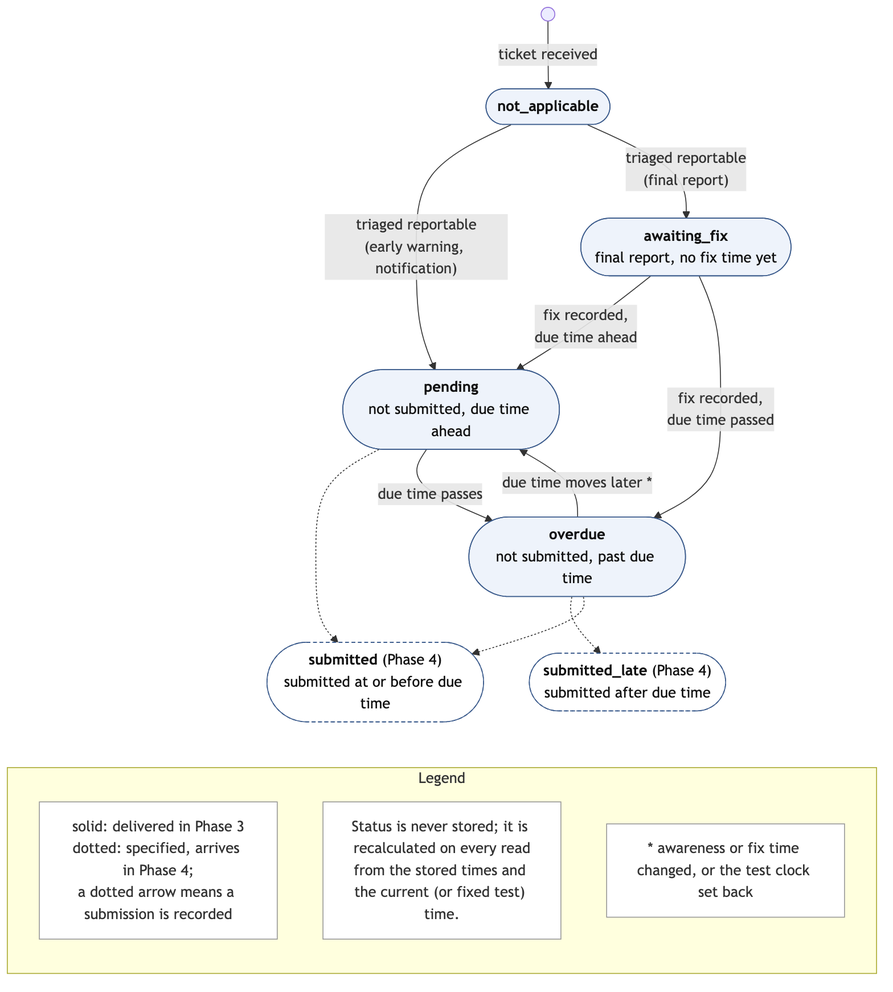
Before: docs/models/model-b-report-status.png, a diagram exported from Mermaid (team17-ece30861/cra-service). Its source is kept beside it as docs/models/model-b-report-status.mmd. Its diagram source:
```mermaid
flowchart TB
  start((" ")) -->|"ticket received"| NA(["<b>not_applicable</b>"])
  NA -->|"triaged reportable<br/>(early warning, notification)"| P(["<b>pending</b><br/>not submitted, due time ahead"])
  NA -->|"triaged reportable<br/>(final report)"| AF(["<b>awaiting_fix</b><br/>final report, no fix time yet"])
  AF -->|"fix recorded,<br/>due time ahead"| P
  AF -->|"fix recorded,<br/>due time passed"| O(["<b>overdue</b><br/>not submitted, past due time"])
  P -.-> S(["<b>submitted</b> (Phase 4)<br/>submitted at or before due time"])
  P -->|"due time passes"| O
  O -->|"due time moves later *"| P
  O -.-> SL(["<b>submitted_late</b> (Phase 4)<br/>submitted after due time"])
  O -.-> S
  subgraph legend["Legend"]
    direction TB
    l1["solid: delivered in Phase 3<br/>dotted: specified, arrives in Phase 4;<br/>a dotted arrow means a submission is recorded"]
    l2["Status is never stored; it is recalculated on every read<br/>from the stored times and the current (or fixed test) time."]
    l3["* awareness or fix time changed, or the test clock set back"]
  end
  S ~~~ legend
  SL ~~~ legend
  classDef state fill:#eef3fb,stroke:#3b5b8c,color:#111
  classDef planned fill:#ffffff,stroke:#3b5b8c,stroke-dasharray:4 3,color:#111
  classDef note fill:#ffffff,stroke:#999,color:#333
  class NA,AF,P,O state
  class S,SL planned
  class l1,l2,l3 note
```
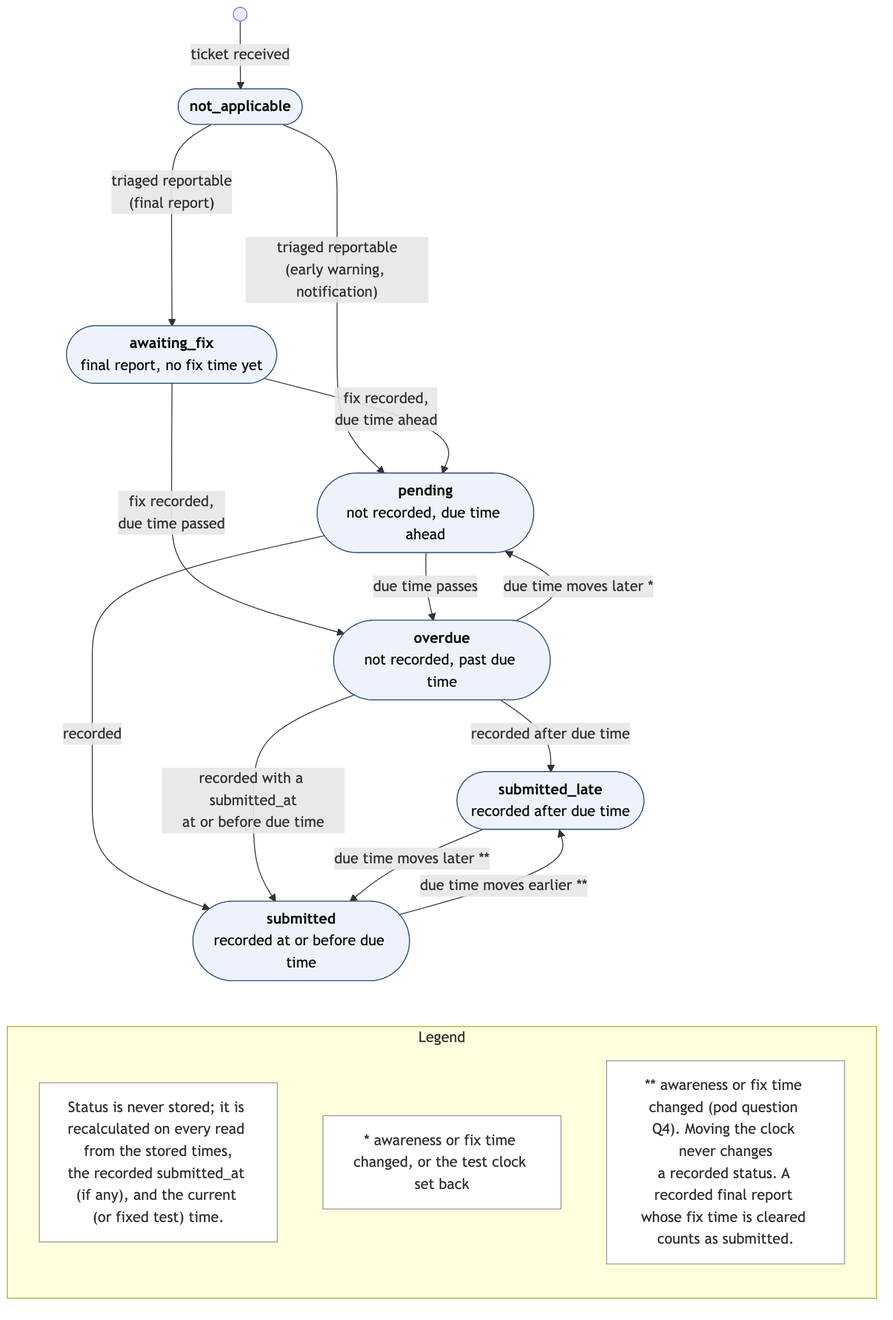
Later version of the same file.

Commit message:
Models as delivered in Phase 4 (A, B, architecture)

Diff of the diagram source:
```diff
@@ -1,25 +1,25 @@
 flowchart TB
   start((" ")) -->|"ticket received"| NA(["<b>not_applicable</b>"])
-  NA -->|"triaged reportable<br/>(early warning, notification)"| P(["<b>pending</b><br/>not submitted, due time ahead"])
   NA -->|"triaged reportable<br/>(final report)"| AF(["<b>awaiting_fix</b><br/>final report, no fix time yet"])
+  NA ---->|"triaged reportable<br/>(early warning, notification)"| P(["<b>pending</b><br/>not recorded, due time ahead"])
   AF -->|"fix recorded,<br/>due time ahead"| P
-  AF -->|"fix recorded,<br/>due time passed"| O(["<b>overdue</b><br/>not submitted, past due time"])
-  P -.-> S(["<b>submitted</b> (Phase 4)<br/>submitted at or before due time"])
+  AF -->|"fix recorded,<br/>due time passed"| O(["<b>overdue</b><br/>not recorded, past due time"])
   P -->|"due time passes"| O
   O -->|"due time moves later *"| P
-  O -.-> SL(["<b>submitted_late</b> (Phase 4)<br/>submitted after due time"])
-  O -.-> S
+  P -->|"recorded"| S(["<b>submitted</b><br/>recorded at or before due time"])
+  O -->|"recorded after due time"| SL(["<b>submitted_late</b><br/>recorded after due time"])
+  O -->|"recorded with a submitted_at<br/>at or before due time"| S
+  S -->|"due time moves earlier **"| SL
+  SL -->|"due time moves later **"| S
   subgraph legend["Legend"]
     direction TB
-    l1["solid: delivered in Phase 3<br/>dotted: specified, arrives in Phase 4;<br/>a dotted arrow means a submission is recorded"]
-    l2["Status is never stored; it is recalculated on every read<br/>from the stored times and the current (or fixed test) time."]
-    l3["* awareness or fix time changed, or the test clock set back"]
+    l1["Status is never stored; it is recalculated on every read from the stored times,<br/>the recorded submitted_at (if any), and the current (or fixed test) time."]
+    l2["* awareness or fix time changed, or the test clock set back"]
+    l3["** awareness or fix time changed (pod question Q4). Moving the clock never changes<br/>a recorded status. A recorded final report whose fix time is cleared counts as submitted."]
   end
   S ~~~ legend
   SL ~~~ legend
   classDef state fill:#eef3fb,stroke:#3b5b8c,color:#111
-  classDef planned fill:#ffffff,stroke:#3b5b8c,stroke-dasharray:4 3,color:#111
   classDef note fill:#ffffff,stroke:#999,color:#333
-  class NA,AF,P,O state
-  class S,SL planned
+  class NA,AF,P,O,S,SL state
   class l1,l2,l3 note
```
